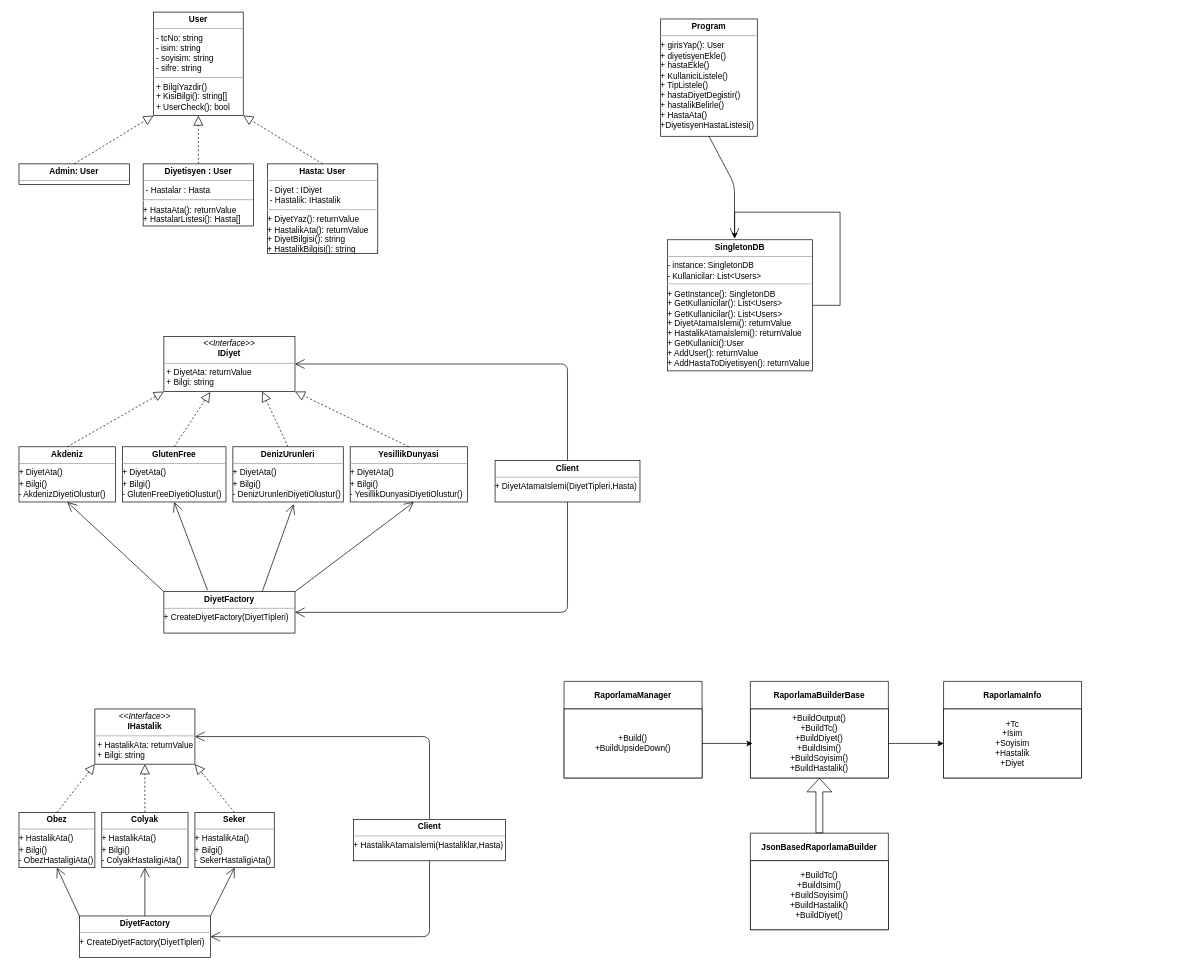
Above: buildli.drawio in YZMDiyetisyen/UML (draw.io), before the change. Source tidied: cells renumbered, new cells numbered last; positions are measured from the earlier drawing's top-left corner, leaving out a move shared by most shapes. Both pictures are drawn from the tidied source at 69%, with x=0, y=0 at pixel (19, 12).
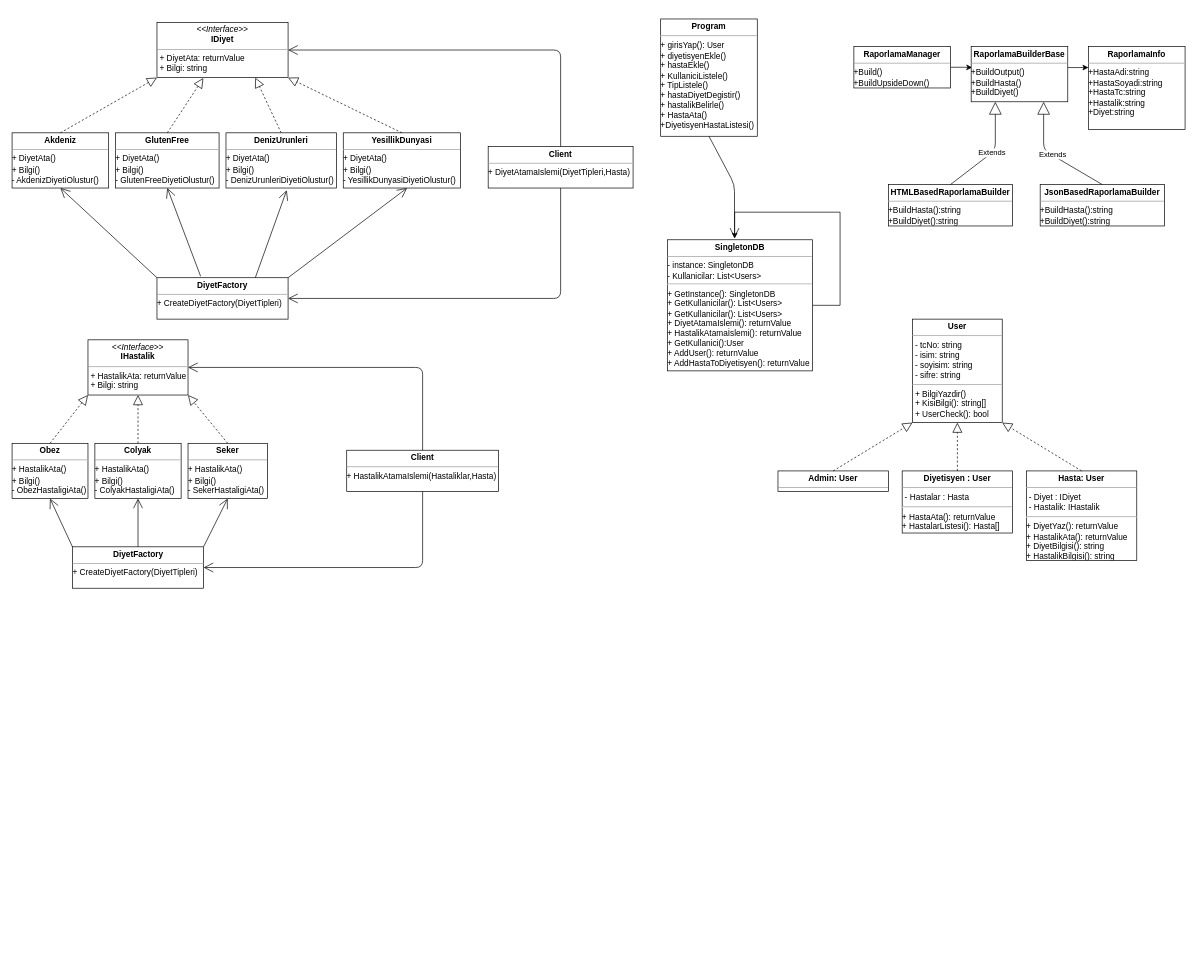
Above is the later version.

What changed in the source:
```diff
@@
     <mxCell id="2" value="&lt;p style=&quot;margin: 0px ; margin-top: 4px ; text-align: center&quot;&gt;&lt;span style=&quot;font-weight: 700 ; text-align: left&quot;&gt;Admin: User&lt;/span&gt;&lt;br&gt;&lt;/p&gt;&lt;hr size=&quot;1&quot;&gt;&lt;p style=&quot;margin: 0px ; margin-left: 4px&quot;&gt;&lt;br&gt;&lt;/p&gt;" style="verticalAlign=top;align=left;overflow=fill;fontSize=12;fontFamily=Helvetica;html=1;" parent="1" vertex="1">
-      <mxGeometry y="220" width="160" height="30" as="geometry" />
+      <mxGeometry x="1100" y="665" width="160" height="30" as="geometry" />
     </mxCell>
     <mxCell id="3" value="&lt;p style=&quot;margin: 0px ; margin-top: 4px ; text-align: center&quot;&gt;&lt;b&gt;User&lt;/b&gt;&lt;/p&gt;&lt;hr size=&quot;1&quot;&gt;&lt;p style=&quot;margin: 0px ; margin-left: 4px&quot;&gt;- tcNo: string&lt;br&gt;- isim: string&lt;/p&gt;&lt;p style=&quot;margin: 0px ; margin-left: 4px&quot;&gt;- soyisim: string&lt;br&gt;- sifre: string&lt;/p&gt;&lt;hr size=&quot;1&quot;&gt;&lt;p style=&quot;margin: 0px ; margin-left: 4px&quot;&gt;+ BilgiYazdir()&lt;/p&gt;&lt;p style=&quot;margin: 0px ; margin-left: 4px&quot;&gt;+ KisiBilgi(): string[]&lt;/p&gt;&lt;p style=&quot;margin: 0px ; margin-left: 4px&quot;&gt;+ UserCheck(): bool&lt;/p&gt;" style="verticalAlign=top;align=left;overflow=fill;fontSize=12;fontFamily=Helvetica;html=1;" parent="1" vertex="1">
-      <mxGeometry x="195" width="130" height="150" as="geometry" />
+      <mxGeometry x="1295" y="445" width="130" height="150" as="geometry" />
     </mxCell>
     <mxCell id="4" value="&lt;p style=&quot;margin: 0px ; margin-top: 4px ; text-align: center&quot;&gt;&lt;span style=&quot;font-weight: 700 ; text-align: left&quot;&gt;Diyetisyen : User&lt;/span&gt;&lt;br&gt;&lt;/p&gt;&lt;hr size=&quot;1&quot;&gt;&lt;p style=&quot;margin: 0px ; margin-left: 4px&quot;&gt;- Hastalar : Hasta&lt;/p&gt;&lt;hr&gt;+ HastaAta(): returnValue&lt;br&gt;+ HastalarListesi(): Hasta[]" style="verticalAlign=top;align=left;overflow=fill;fontSize=12;fontFamily=Helvetica;html=1;" parent="1" vertex="1">
-      <mxGeometry x="180" y="220" width="160" height="90" as="geometry" />
+      <mxGeometry x="1280" y="665" width="160" height="90" as="geometry" />
     </mxCell>
     <mxCell id="5" value="&lt;p style=&quot;margin: 0px ; margin-top: 4px ; text-align: center&quot;&gt;&lt;span style=&quot;font-weight: 700 ; text-align: left&quot;&gt;Hasta: User&lt;/span&gt;&lt;br&gt;&lt;/p&gt;&lt;hr size=&quot;1&quot;&gt;&lt;p style=&quot;margin: 0px ; margin-left: 4px&quot;&gt;- Diyet : IDiyet&lt;/p&gt;&lt;p style=&quot;margin: 0px ; margin-left: 4px&quot;&gt;- Hastalik: IHastalik&lt;/p&gt;&lt;hr&gt;+ DiyetYaz(): returnValue&lt;br&gt;+ HastalikAta(): returnValue&lt;br&gt;+ DiyetBilgisi(): string&lt;br&gt;+ HastalikBilgisi(): string" style="verticalAlign=top;align=left;overflow=fill;fontSize=12;fontFamily=Helvetica;html=1;" parent="1" vertex="1">
-      <mxGeometry x="360" y="220" width="160" height="130" as="geometry" />
+      <mxGeometry x="1460" y="665" width="160" height="130" as="geometry" />
     </mxCell>
     <mxCell id="6" value="&lt;p style=&quot;margin: 0px ; margin-top: 4px ; text-align: center&quot;&gt;&lt;i&gt;&amp;lt;&amp;lt;Interface&amp;gt;&amp;gt;&lt;/i&gt;&lt;br&gt;&lt;b&gt;IDiyet&lt;/b&gt;&lt;/p&gt;&lt;hr size=&quot;1&quot;&gt;&lt;p style=&quot;margin: 0px ; margin-left: 4px&quot;&gt;+ DiyetAta: returnValue&lt;/p&gt;&lt;p style=&quot;margin: 0px ; margin-left: 4px&quot;&gt;+ Bilgi: string&lt;/p&gt;&lt;hr&gt;" style="verticalAlign=top;align=left;overflow=fill;fontSize=12;fontFamily=Helvetica;html=1;" parent="1" vertex="1">
-      <mxGeometry x="210" y="470" width="190" height="80" as="geometry" />
+      <mxGeometry x="200" y="15" width="190" height="80" as="geometry" />
     </mxCell>
     <mxCell id="7" value="&lt;p style=&quot;margin: 0px ; margin-top: 4px ; text-align: center&quot;&gt;&lt;b&gt;Akdeniz&lt;/b&gt;&lt;/p&gt;&lt;hr size=&quot;1&quot;&gt;&lt;div style=&quot;height: 2px&quot;&gt;+ DiyetAta()&lt;br&gt;&lt;/div&gt;&lt;div style=&quot;height: 2px&quot;&gt;&lt;br&gt;+ Bilgi()&lt;br&gt;- AkdenizDiyetiOlustur()&lt;/div&gt;" style="verticalAlign=top;align=left;overflow=fill;fontSize=12;fontFamily=Helvetica;html=1;" parent="1" vertex="1">
-      <mxGeometry y="630" width="140" height="80" as="geometry" />
+      <mxGeometry x="-10" y="175" width="140" height="80" as="geometry" />
     </mxCell>
@@
     <mxCell id="12" value="&lt;p style=&quot;margin: 0px ; margin-top: 4px ; text-align: center&quot;&gt;&lt;b&gt;GlutenFree&lt;/b&gt;&lt;/p&gt;&lt;hr size=&quot;1&quot;&gt;&lt;div style=&quot;height: 2px&quot;&gt;+ DiyetAta()&lt;br&gt;&lt;/div&gt;&lt;div style=&quot;height: 2px&quot;&gt;&lt;br&gt;+ Bilgi()&lt;br&gt;- GlutenFreeDiyetiOlustur()&lt;/div&gt;" style="verticalAlign=top;align=left;overflow=fill;fontSize=12;fontFamily=Helvetica;html=1;" parent="1" vertex="1">
-      <mxGeometry x="150" y="630" width="150" height="80" as="geometry" />
+      <mxGeometry x="140" y="175" width="150" height="80" as="geometry" />
     </mxCell>
@@
     <mxCell id="14" value="&lt;p style=&quot;margin: 0px ; margin-top: 4px ; text-align: center&quot;&gt;&lt;b&gt;DenizUrunleri&lt;/b&gt;&lt;/p&gt;&lt;hr size=&quot;1&quot;&gt;&lt;div style=&quot;height: 2px&quot;&gt;+ DiyetAta()&lt;br&gt;&lt;/div&gt;&lt;div style=&quot;height: 2px&quot;&gt;&lt;br&gt;+ Bilgi()&lt;br&gt;- DenizUrunleriDiyetiOlustur()&lt;/div&gt;" style="verticalAlign=top;align=left;overflow=fill;fontSize=12;fontFamily=Helvetica;html=1;" parent="1" vertex="1">
-      <mxGeometry x="310" y="630" width="160" height="80" as="geometry" />
+      <mxGeometry x="300" y="175" width="160" height="80" as="geometry" />
     </mxCell>
@@
     <mxCell id="16" value="&lt;p style=&quot;margin: 0px ; margin-top: 4px ; text-align: center&quot;&gt;&lt;b&gt;YesillikDunyasi&lt;/b&gt;&lt;/p&gt;&lt;hr size=&quot;1&quot;&gt;&lt;div style=&quot;height: 2px&quot;&gt;+ DiyetAta()&lt;br&gt;&lt;/div&gt;&lt;br&gt;+ Bilgi()&lt;div style=&quot;height: 2px&quot;&gt;- YesillikDunyasiDiyetiOlustur()&lt;/div&gt;" style="verticalAlign=top;align=left;overflow=fill;fontSize=12;fontFamily=Helvetica;html=1;" parent="1" vertex="1">
-      <mxGeometry x="480" y="630" width="170" height="80" as="geometry" />
+      <mxGeometry x="470" y="175" width="170" height="80" as="geometry" />
     </mxCell>
@@
     <mxCell id="18" value="&lt;p style=&quot;margin: 0px ; margin-top: 4px ; text-align: center&quot;&gt;&lt;b&gt;DiyetFactory&lt;/b&gt;&lt;/p&gt;&lt;hr size=&quot;1&quot;&gt;&lt;div style=&quot;height: 2px&quot;&gt;+&amp;nbsp;CreateDiyetFactory(DiyetTipleri)&lt;/div&gt;" style="verticalAlign=top;align=left;overflow=fill;fontSize=12;fontFamily=Helvetica;html=1;" parent="1" vertex="1">
-      <mxGeometry x="210" y="840" width="190" height="60" as="geometry" />
+      <mxGeometry x="200" y="385" width="190" height="60" as="geometry" />
     </mxCell>
@@
     <mxCell id="23" value="&lt;p style=&quot;margin: 0px ; margin-top: 4px ; text-align: center&quot;&gt;&lt;b&gt;Client&lt;/b&gt;&lt;/p&gt;&lt;hr size=&quot;1&quot;&gt;&lt;div style=&quot;height: 2px&quot;&gt;+ DiyetAtamaIslemi(DiyetTipleri,Hasta)&lt;/div&gt;" style="verticalAlign=top;align=left;overflow=fill;fontSize=12;fontFamily=Helvetica;html=1;" parent="1" vertex="1">
-      <mxGeometry x="690" y="650" width="210" height="60" as="geometry" />
+      <mxGeometry x="680" y="195" width="210" height="60" as="geometry" />
     </mxCell>
     <mxCell id="24" style="endArrow=open;endFill=1;endSize=12;html=1;exitX=0.5;exitY=1;exitDx=0;exitDy=0;entryX=1;entryY=0.5;entryDx=0;entryDy=0;" parent="1" edge="1" source="23" target="18">
       <mxGeometry relative="1" as="geometry">
         <Array as="points">
-          <mxPoint x="795" y="870" />
+          <mxPoint x="785" y="415" />
         </Array>
       </mxGeometry>
     </mxCell>
     <mxCell id="25" style="endArrow=open;endFill=1;endSize=12;html=1;entryX=1;entryY=0.5;entryDx=0;entryDy=0;exitX=0.5;exitY=0;exitDx=0;exitDy=0;" parent="1" edge="1" source="23" target="6">
       <mxGeometry relative="1" as="geometry">
         <Array as="points">
-          <mxPoint x="795" y="510" />
+          <mxPoint x="785" y="55" />
         </Array>
       </mxGeometry>
     </mxCell>
     <mxCell id="26" value="&lt;p style=&quot;margin: 0px ; margin-top: 4px ; text-align: center&quot;&gt;&lt;i&gt;&amp;lt;&amp;lt;Interface&amp;gt;&amp;gt;&lt;/i&gt;&lt;br&gt;&lt;b&gt;IHastalik&lt;/b&gt;&lt;/p&gt;&lt;hr size=&quot;1&quot;&gt;&lt;p style=&quot;margin: 0px ; margin-left: 4px&quot;&gt;+ HastalikAta: returnValue&lt;/p&gt;&lt;p style=&quot;margin: 0px ; margin-left: 4px&quot;&gt;+ Bilgi: string&lt;/p&gt;&lt;hr&gt;" style="verticalAlign=top;align=left;overflow=fill;fontSize=12;fontFamily=Helvetica;html=1;" parent="1" vertex="1">
-      <mxGeometry x="110" y="1010" width="145" height="80" as="geometry" />
+      <mxGeometry x="100" y="475" width="145" height="80" as="geometry" />
     </mxCell>
     <mxCell id="27" value="&lt;p style=&quot;margin: 0px ; margin-top: 4px ; text-align: center&quot;&gt;&lt;b&gt;Obez&lt;/b&gt;&lt;/p&gt;&lt;hr size=&quot;1&quot;&gt;&lt;div style=&quot;height: 2px&quot;&gt;+ HastalikAta()&lt;br&gt;&lt;/div&gt;&lt;div style=&quot;height: 2px&quot;&gt;&lt;br&gt;+ Bilgi()&lt;br&gt;- ObezHastaligiAta()&lt;/div&gt;" style="verticalAlign=top;align=left;overflow=fill;fontSize=12;fontFamily=Helvetica;html=1;" parent="1" vertex="1">
-      <mxGeometry y="1160" width="110" height="80" as="geometry" />
+      <mxGeometry x="-10" y="625" width="110" height="80" as="geometry" />
     </mxCell>
@@
     <mxCell id="31" value="&lt;p style=&quot;margin: 0px ; margin-top: 4px ; text-align: center&quot;&gt;&lt;b&gt;DiyetFactory&lt;/b&gt;&lt;/p&gt;&lt;hr size=&quot;1&quot;&gt;&lt;div style=&quot;height: 2px&quot;&gt;+&amp;nbsp;CreateDiyetFactory(DiyetTipleri)&lt;/div&gt;" style="verticalAlign=top;align=left;overflow=fill;fontSize=12;fontFamily=Helvetica;html=1;" parent="1" vertex="1">
-      <mxGeometry x="87.5" y="1310" width="190" height="60" as="geometry" />
+      <mxGeometry x="77.5" y="775" width="190" height="60" as="geometry" />
     </mxCell>
@@
     <mxCell id="35" value="&lt;p style=&quot;margin: 0px ; margin-top: 4px ; text-align: center&quot;&gt;&lt;b&gt;Client&lt;/b&gt;&lt;/p&gt;&lt;hr size=&quot;1&quot;&gt;&lt;div style=&quot;height: 2px&quot;&gt;+ HastalikAtamaIslemi(Hastaliklar,Hasta)&lt;/div&gt;" style="verticalAlign=top;align=left;overflow=fill;fontSize=12;fontFamily=Helvetica;html=1;" parent="1" vertex="1">
-      <mxGeometry x="485" y="1170" width="220" height="60" as="geometry" />
+      <mxGeometry x="475" y="635" width="220" height="60" as="geometry" />
     </mxCell>
     <mxCell id="36" style="endArrow=open;endFill=1;endSize=12;html=1;exitX=0.5;exitY=1;exitDx=0;exitDy=0;entryX=1;entryY=0.5;entryDx=0;entryDy=0;" parent="1" edge="1" source="35" target="31">
       <mxGeometry relative="1" as="geometry">
         <Array as="points">
-          <mxPoint x="595" y="1340" />
+          <mxPoint x="585" y="805" />
         </Array>
       </mxGeometry>
     </mxCell>
     <mxCell id="37" style="endArrow=open;endFill=1;endSize=12;html=1;entryX=1;entryY=0.5;entryDx=0;entryDy=0;exitX=0.5;exitY=0;exitDx=0;exitDy=0;" parent="1" edge="1" source="35" target="26">
       <mxGeometry relative="1" as="geometry">
         <Array as="points">
-          <mxPoint x="595" y="1050" />
+          <mxPoint x="585" y="515" />
         </Array>
       </mxGeometry>
     </mxCell>
     <mxCell id="38" value="&lt;p style=&quot;margin: 0px ; margin-top: 4px ; text-align: center&quot;&gt;&lt;b&gt;Colyak&lt;/b&gt;&lt;/p&gt;&lt;hr size=&quot;1&quot;&gt;&lt;div style=&quot;height: 2px&quot;&gt;+ HastalikAta()&lt;br&gt;&lt;/div&gt;&lt;div style=&quot;height: 2px&quot;&gt;&lt;br&gt;+ Bilgi()&lt;br&gt;- ColyakHastaligiAta()&lt;/div&gt;" style="verticalAlign=top;align=left;overflow=fill;fontSize=12;fontFamily=Helvetica;html=1;" parent="1" vertex="1">
-      <mxGeometry x="120" y="1160" width="125" height="80" as="geometry" />
+      <mxGeometry x="110" y="625" width="125" height="80" as="geometry" />
     </mxCell>
     <mxCell id="39" value="&lt;p style=&quot;margin: 0px ; margin-top: 4px ; text-align: center&quot;&gt;&lt;b&gt;Seker&lt;/b&gt;&lt;/p&gt;&lt;hr size=&quot;1&quot;&gt;&lt;div style=&quot;height: 2px&quot;&gt;+ HastalikAta()&lt;br&gt;&lt;/div&gt;&lt;div style=&quot;height: 2px&quot;&gt;&lt;br&gt;+ Bilgi()&lt;br&gt;- Seker&lt;span&gt;HastaligiAta()&lt;/span&gt;&lt;/div&gt;" style="verticalAlign=top;align=left;overflow=fill;fontSize=12;fontFamily=Helvetica;html=1;" parent="1" vertex="1">
-      <mxGeometry x="255" y="1160" width="115" height="80" as="geometry" />
+      <mxGeometry x="245" y="625" width="115" height="80" as="geometry" />
     </mxCell>
@@
-    <mxCell id="44" value="RaporlamaManager" style="swimlane;startSize=40;" parent="1" vertex="1">
-      <mxGeometry x="790" y="970" width="200" height="140" as="geometry" />
-    </mxCell>
-    <mxCell id="45" value="+Build()&lt;br&gt;+BuildUpsideDown()" style="rounded=0;whiteSpace=wrap;html=1;" parent="44" vertex="1">
-      <mxGeometry y="40" width="200" height="100" as="geometry" />
-    </mxCell>
-    <mxCell id="46" value="RaporlamaInfo" style="swimlane;startSize=40;" parent="1" vertex="1">
-      <mxGeometry x="1340" y="970" width="200" height="140" as="geometry" />
-    </mxCell>
-    <mxCell id="47" value="+Tc&lt;br&gt;+Isim&lt;br&gt;+Soyisim&lt;br&gt;+Hastalik&lt;br&gt;+Diyet" style="rounded=0;whiteSpace=wrap;html=1;" parent="46" vertex="1">
-      <mxGeometry y="40" width="200" height="100" as="geometry" />
-    </mxCell>
-    <mxCell id="48" value="JsonBasedRaporlamaBuilder" style="swimlane;startSize=40;" parent="1" vertex="1">
-      <mxGeometry x="1060" y="1190" width="200" height="140" as="geometry" />
-    </mxCell>
-    <mxCell id="49" value="+BuildTc()&lt;br&gt;+BuildIsim()&lt;br&gt;+BuildSoyisim()&lt;br&gt;+BuildHastalik()&lt;br&gt;+BuildDiyet()" style="rounded=0;whiteSpace=wrap;html=1;" parent="48" vertex="1">
-      <mxGeometry y="40" width="200" height="100" as="geometry" />
-    </mxCell>
-    <mxCell id="50" value="RaporlamaBuilderBase" style="swimlane;startSize=40;" parent="1" vertex="1">
-      <mxGeometry x="1060" y="970" width="200" height="140" as="geometry" />
-    </mxCell>
-    <mxCell id="51" value="+BuildOutput()&lt;br&gt;+BuildTc()&lt;br&gt;+BuildDiyet()&lt;br&gt;+BuildIsim()&lt;br&gt;+BuildSoyisim()&lt;br&gt;+BuildHastalik()" style="rounded=0;whiteSpace=wrap;html=1;" parent="50" vertex="1">
-      <mxGeometry y="40" width="200" height="100" as="geometry" />
-    </mxCell>
-    <mxCell id="52" style="edgeStyle=orthogonalEdgeStyle;rounded=0;jettySize=auto;html=1;" parent="1" edge="1" source="45">
-      <mxGeometry relative="1" as="geometry">
-        <mxPoint x="1063" y="1060" as="targetPoint" />
-      </mxGeometry>
-    </mxCell>
-    <mxCell id="53" style="edgeStyle=orthogonalEdgeStyle;rounded=0;jettySize=auto;html=1;entryX=0;entryY=0.5;entryDx=0;entryDy=0;" parent="1" edge="1" source="51" target="47">
-      <mxGeometry relative="1" as="geometry" />
-    </mxCell>
-    <mxCell id="54" style="shape=flexArrow;endArrow=classic;html=1;endWidth=25.139664804469277;endSize=6.204469273743017;" parent="1" edge="1">
-      <mxGeometry relative="1" as="geometry">
-        <mxPoint x="1160" y="1190" as="sourcePoint" />
-        <mxPoint x="1160" y="1110" as="targetPoint" />
-      </mxGeometry>
-    </mxCell>
+    <mxCell id="55" style="edgeStyle=orthogonalEdgeStyle;rounded=0;jettySize=auto;html=1;entryX=0.011;entryY=0.38;entryDx=0;entryDy=0;entryPerimeter=0;" parent="1" edge="1" source="56" target="58">
+      <mxGeometry relative="1" as="geometry" />
+    </mxCell>
+    <mxCell id="56" value="&lt;p style=&quot;margin: 0px ; margin-top: 4px ; text-align: center&quot;&gt;&lt;b&gt;RaporlamaManager&lt;/b&gt;&lt;/p&gt;&lt;hr size=&quot;1&quot;&gt;&lt;div style=&quot;height: 2px&quot;&gt;+Build()&lt;br&gt;+BuildUpsideDown()&lt;/div&gt;" style="verticalAlign=top;align=left;overflow=fill;fontSize=12;fontFamily=Helvetica;html=1;" parent="1" vertex="1">
+      <mxGeometry x="1210" y="50" width="140" height="60" as="geometry" />
+    </mxCell>
+    <mxCell id="57" style="edgeStyle=orthogonalEdgeStyle;rounded=0;jettySize=auto;html=1;entryX=0;entryY=0.25;entryDx=0;entryDy=0;exitX=1;exitY=0.38;exitDx=0;exitDy=0;exitPerimeter=0;" parent="1" edge="1" source="58" target="59">
+      <mxGeometry relative="1" as="geometry" />
+    </mxCell>
+    <mxCell id="58" value="&lt;p style=&quot;margin: 0px ; margin-top: 4px ; text-align: center&quot;&gt;&lt;b&gt;RaporlamaBuilderBase&lt;/b&gt;&lt;/p&gt;&lt;hr size=&quot;1&quot;&gt;&lt;div style=&quot;height: 2px&quot;&gt;+BuildOutput()&lt;br&gt;+BuildHasta()&lt;br&gt;+BuildDiyet()&lt;/div&gt;" style="verticalAlign=top;align=left;overflow=fill;fontSize=12;fontFamily=Helvetica;html=1;" parent="1" vertex="1">
+      <mxGeometry x="1380" y="50" width="140" height="80" as="geometry" />
+    </mxCell>
+    <mxCell id="59" value="&lt;p style=&quot;margin: 0px ; margin-top: 4px ; text-align: center&quot;&gt;&lt;b&gt;RaporlamaInfo&lt;/b&gt;&lt;/p&gt;&lt;hr size=&quot;1&quot;&gt;&lt;div style=&quot;height: 2px&quot;&gt;+HastaAdi:string&lt;br&gt;+HastaSoyadi:string&lt;br&gt;+HastaTc:string&lt;br&gt;+Hastalik:string&lt;br&gt;+Diyet:string&lt;/div&gt;" style="verticalAlign=top;align=left;overflow=fill;fontSize=12;fontFamily=Helvetica;html=1;" parent="1" vertex="1">
+      <mxGeometry x="1550" y="50" width="140" height="120" as="geometry" />
+    </mxCell>
+    <mxCell id="60" value="&lt;p style=&quot;margin: 0px ; margin-top: 4px ; text-align: center&quot;&gt;&lt;b&gt;HTMLBasedRaporlamaBuilder&lt;/b&gt;&lt;/p&gt;&lt;hr size=&quot;1&quot;&gt;&lt;div style=&quot;height: 2px&quot;&gt;+BuildHasta():string&lt;br&gt;+BuildDiyet():string&lt;/div&gt;" style="verticalAlign=top;align=left;overflow=fill;fontSize=12;fontFamily=Helvetica;html=1;" parent="1" vertex="1">
+      <mxGeometry x="1260" y="250" width="180" height="60" as="geometry" />
+    </mxCell>
+    <mxCell id="61" value="&lt;p style=&quot;margin: 0px ; margin-top: 4px ; text-align: center&quot;&gt;&lt;b&gt;JsonBasedRaporlamaBuilder&lt;/b&gt;&lt;/p&gt;&lt;hr size=&quot;1&quot;&gt;&lt;div style=&quot;height: 2px&quot;&gt;+BuildHasta():string&lt;br&gt;+BuildDiyet():string&lt;/div&gt;" style="verticalAlign=top;align=left;overflow=fill;fontSize=12;fontFamily=Helvetica;html=1;" parent="1" vertex="1">
+      <mxGeometry x="1480" y="250" width="180" height="60" as="geometry" />
+    </mxCell>
+    <mxCell id="62" value="Extends" style="endArrow=block;endSize=16;endFill=0;html=1;exitX=0.5;exitY=0;exitDx=0;exitDy=0;entryX=0.25;entryY=1;entryDx=0;entryDy=0;" parent="1" edge="1" source="60" target="58">
+      <mxGeometry relative="1" as="geometry">
+        <Array as="points">
+          <mxPoint x="1415" y="200" />
+        </Array>
+      </mxGeometry>
+    </mxCell>
+    <mxCell id="63" value="Extends" style="endArrow=block;endSize=16;endFill=0;html=1;exitX=0.5;exitY=0;exitDx=0;exitDy=0;entryX=0.75;entryY=1;entryDx=0;entryDy=0;" parent="1" edge="1" source="61" target="58">
+      <mxGeometry relative="1" as="geometry">
+        <Array as="points">
+          <mxPoint x="1485" y="200" />
+        </Array>
+      </mxGeometry>
+    </mxCell>
```
